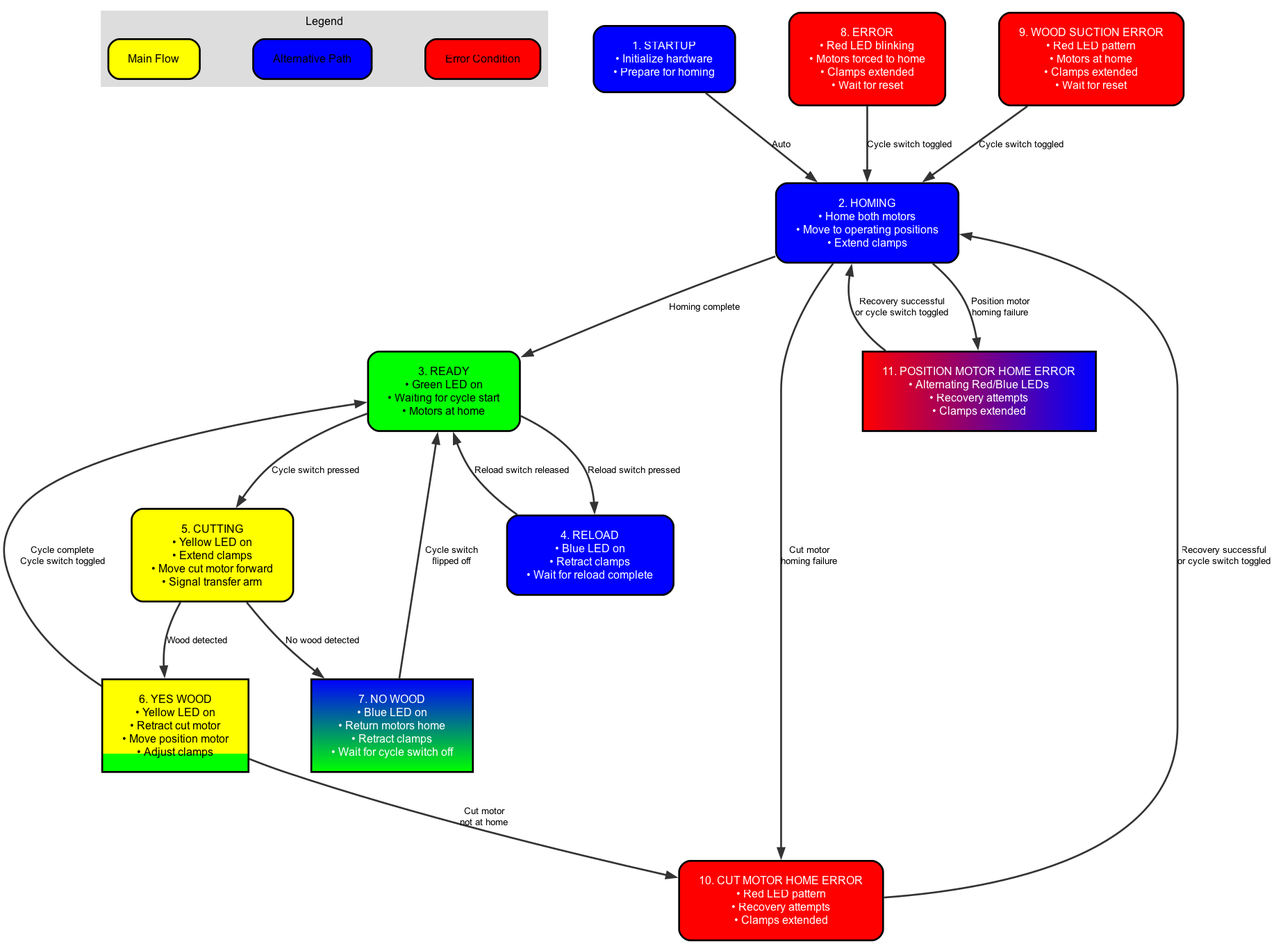
The Graphviz diagram flowcharts/cutting_machine_flowchart.png in akivaweil/Stage-1-Mar25, before a commit. Its source is kept beside it as flowcharts/cutting_machine_flowchart.dot.
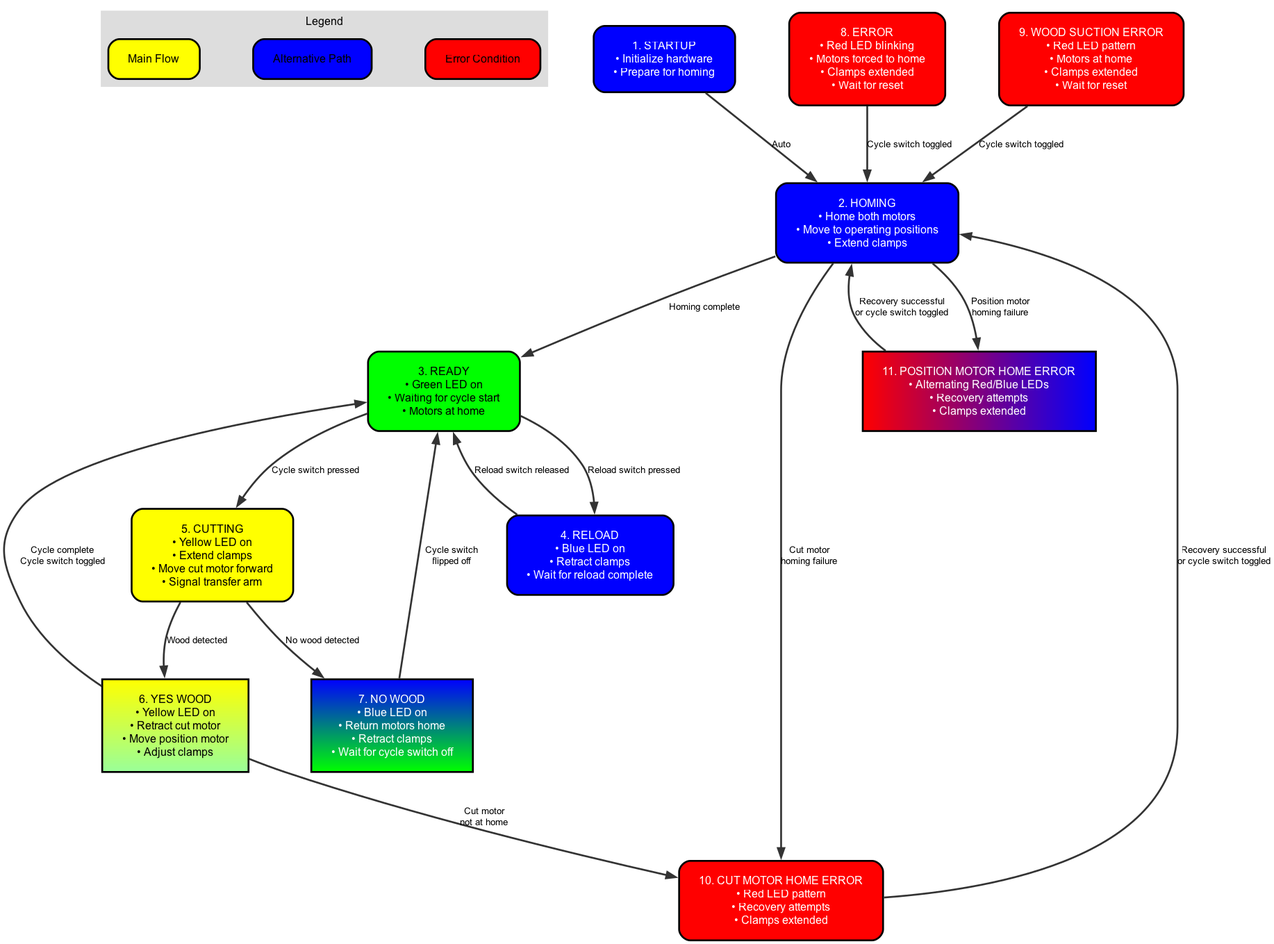
The same file after the commit.

Commit message:
Improved YES WOOD state with a smoother yellow-to-light-green gradient

The edit, as a diff of the source:
```diff
@@ -17,7 +17,7 @@
 • Yellow LED on
 • Retract cut motor
 • Move position motor
-• Adjust clamps", style="filled", fillcolor="#FFFF00;0.8:#00FF00;0.2", gradientangle=270]; NOWOOD [label="7. NO WOOD
+• Adjust clamps", style="filled", fillcolor="#FFFF00:#99FF99", gradientangle=270]; NOWOOD [label="7. NO WOOD
 • Blue LED on
 • Return motors home
 • Retract clamps
```
